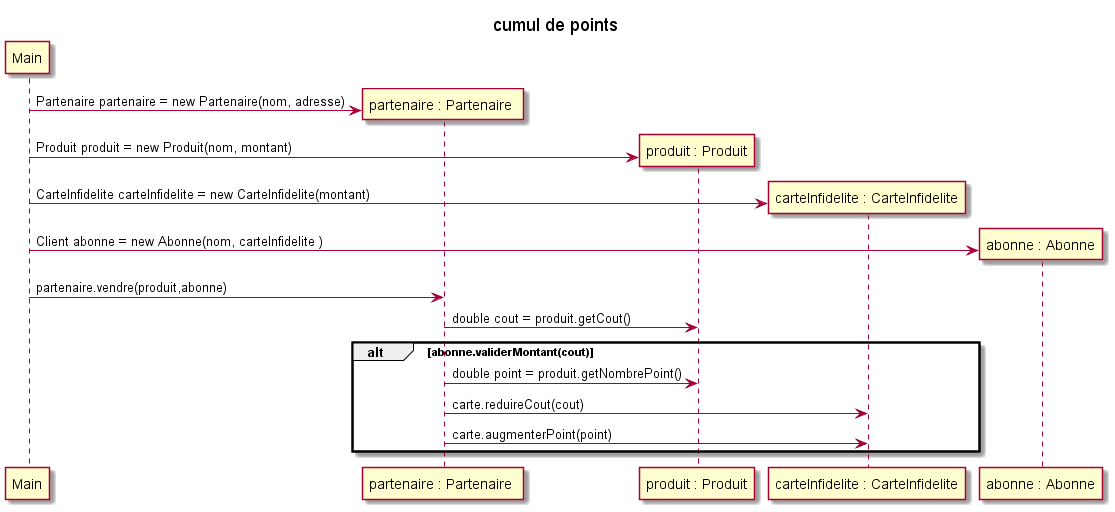
ZeroAbsolue/infidelite keeps this PlantUML diagram as out/Diagramme/cumul de points.png. Above is the earlier version.
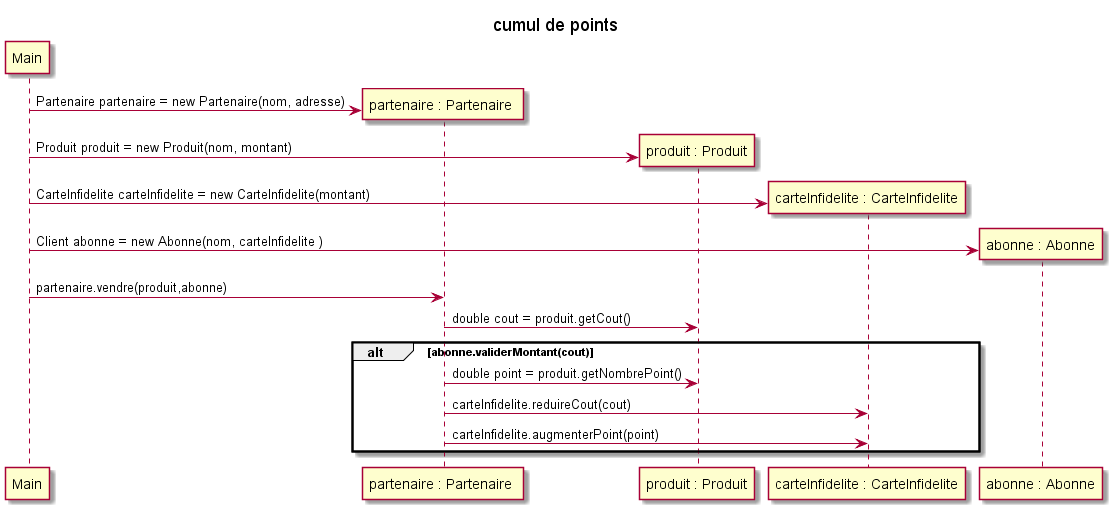
The same diagram one commit later.

Commit message:
Mise a diagrame

The edit, as a diff of the source:
```diff
@@ -13,7 +13,7 @@
 Partenaire->Produit : double cout = produit.getCout()
 alt abonne.validerMontant(cout)
     Partenaire->Produit : double point = produit.getNombrePoint()
-    Partenaire->Carte : carte.reduireCout(cout)
-    Partenaire->Carte : carte.augmenterPoint(point)
+    Partenaire->Carte : carteInfidelite.reduireCout(cout)
+    Partenaire->Carte : carteInfidelite.augmenterPoint(point)
 end
 @enduml
```
